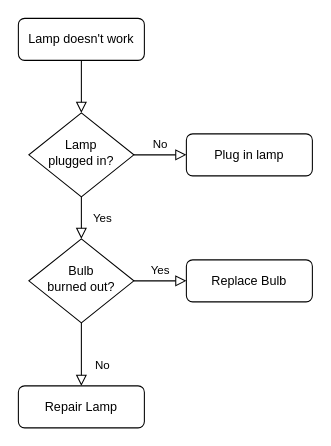
Earlier version of the draw.io diagram P7-P11-Search-Engin.drawio (Cadegan/P11-front-end-search-engine). Source tidied: cells renumbered, new cells numbered last; positions are measured from the earlier drawing's top-left corner, leaving out a move shared by most shapes. Both pictures are drawn from the tidied source at 105%, with x=0, y=0 at pixel (18, 18).
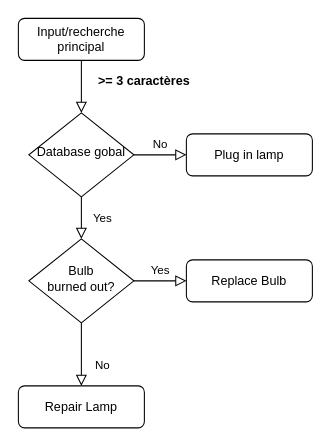
The same page after the edit.

Change to the diagram source:
```diff
@@
 <mxGraphModel>
   <root>
     <mxCell id="0" />
     <mxCell id="1" parent="0" />
     <mxCell id="2" style="rounded=0;html=1;jettySize=auto;fontSize=11;endArrow=block;endFill=0;endSize=8;strokeWidth=1;shadow=0;labelBackgroundColor=none;edgeStyle=orthogonalEdgeStyle;" parent="1" edge="1" source="3" target="6">
       <mxGeometry relative="1" as="geometry" />
     </mxCell>
-    <mxCell id="3" value="Lamp doesn't work" style="rounded=1;whiteSpace=wrap;html=1;fontSize=12;glass=0;strokeWidth=1;shadow=0;" parent="1" vertex="1">
+    <mxCell id="3" value="Input/recherche principal" style="rounded=1;whiteSpace=wrap;html=1;fontSize=12;glass=0;strokeWidth=1;shadow=0;" parent="1" vertex="1">
       <mxGeometry width="120" height="40" as="geometry" />
     </mxCell>
     <mxCell id="4" value="Yes" style="rounded=0;html=1;jettySize=auto;fontSize=11;endArrow=block;endFill=0;endSize=8;strokeWidth=1;shadow=0;labelBackgroundColor=none;edgeStyle=orthogonalEdgeStyle;" parent="1" edge="1" source="6" target="10">
       <mxGeometry y="20" relative="1" as="geometry" />
     </mxCell>
     <mxCell id="5" value="No" style="edgeStyle=orthogonalEdgeStyle;rounded=0;html=1;jettySize=auto;fontSize=11;endArrow=block;endFill=0;endSize=8;strokeWidth=1;shadow=0;labelBackgroundColor=none;" parent="1" edge="1" source="6" target="7">
       <mxGeometry y="10" relative="1" as="geometry" />
     </mxCell>
-    <mxCell id="6" value="Lamp&lt;br&gt;plugged in?" style="rhombus;whiteSpace=wrap;html=1;shadow=0;fontFamily=Helvetica;fontSize=12;align=center;strokeWidth=1;spacing=6;spacingTop=-4;" parent="1" vertex="1">
+    <mxCell id="6" value="Database gobal" style="rhombus;whiteSpace=wrap;html=1;shadow=0;fontFamily=Helvetica;fontSize=12;align=center;strokeWidth=1;spacing=6;spacingTop=-4;" parent="1" vertex="1">
       <mxGeometry x="10" y="90" width="100" height="80" as="geometry" />
     </mxCell>
     <mxCell id="7" value="Plug in lamp" style="rounded=1;whiteSpace=wrap;html=1;fontSize=12;glass=0;strokeWidth=1;shadow=0;" parent="1" vertex="1">
       <mxGeometry x="160" y="110" width="120" height="40" as="geometry" />
     </mxCell>
     <mxCell id="8" value="No" style="rounded=0;html=1;jettySize=auto;fontSize=11;endArrow=block;endFill=0;endSize=8;strokeWidth=1;shadow=0;labelBackgroundColor=none;edgeStyle=orthogonalEdgeStyle;" parent="1" edge="1" source="10" target="11">
       <mxGeometry x="0.33" y="20" relative="1" as="geometry" />
     </mxCell>
     <mxCell id="9" value="Yes" style="edgeStyle=orthogonalEdgeStyle;rounded=0;html=1;jettySize=auto;fontSize=11;endArrow=block;endFill=0;endSize=8;strokeWidth=1;shadow=0;labelBackgroundColor=none;" parent="1" edge="1" source="10" target="12">
       <mxGeometry y="10" relative="1" as="geometry" />
     </mxCell>
     <mxCell id="10" value="Bulb&lt;br&gt;burned out?" style="rhombus;whiteSpace=wrap;html=1;shadow=0;fontFamily=Helvetica;fontSize=12;align=center;strokeWidth=1;spacing=6;spacingTop=-4;" parent="1" vertex="1">
       <mxGeometry x="10" y="210" width="100" height="80" as="geometry" />
     </mxCell>
     <mxCell id="11" value="Repair Lamp" style="rounded=1;whiteSpace=wrap;html=1;fontSize=12;glass=0;strokeWidth=1;shadow=0;" parent="1" vertex="1">
       <mxGeometry y="350" width="120" height="40" as="geometry" />
     </mxCell>
     <mxCell id="12" value="Replace Bulb" style="rounded=1;whiteSpace=wrap;html=1;fontSize=12;glass=0;strokeWidth=1;shadow=0;" parent="1" vertex="1">
       <mxGeometry x="160" y="230" width="120" height="40" as="geometry" />
     </mxCell>
+    <mxCell id="13" value="&lt;b&gt;&amp;gt;= 3 caractères&lt;/b&gt;" style="text;html=1;strokeColor=none;fillColor=none;align=center;verticalAlign=middle;whiteSpace=wrap;rounded=0;" parent="1" vertex="1">
+      <mxGeometry x="70" y="50" width="100" height="20" as="geometry" />
+    </mxCell>
   </root>
 </mxGraphModel>
```
